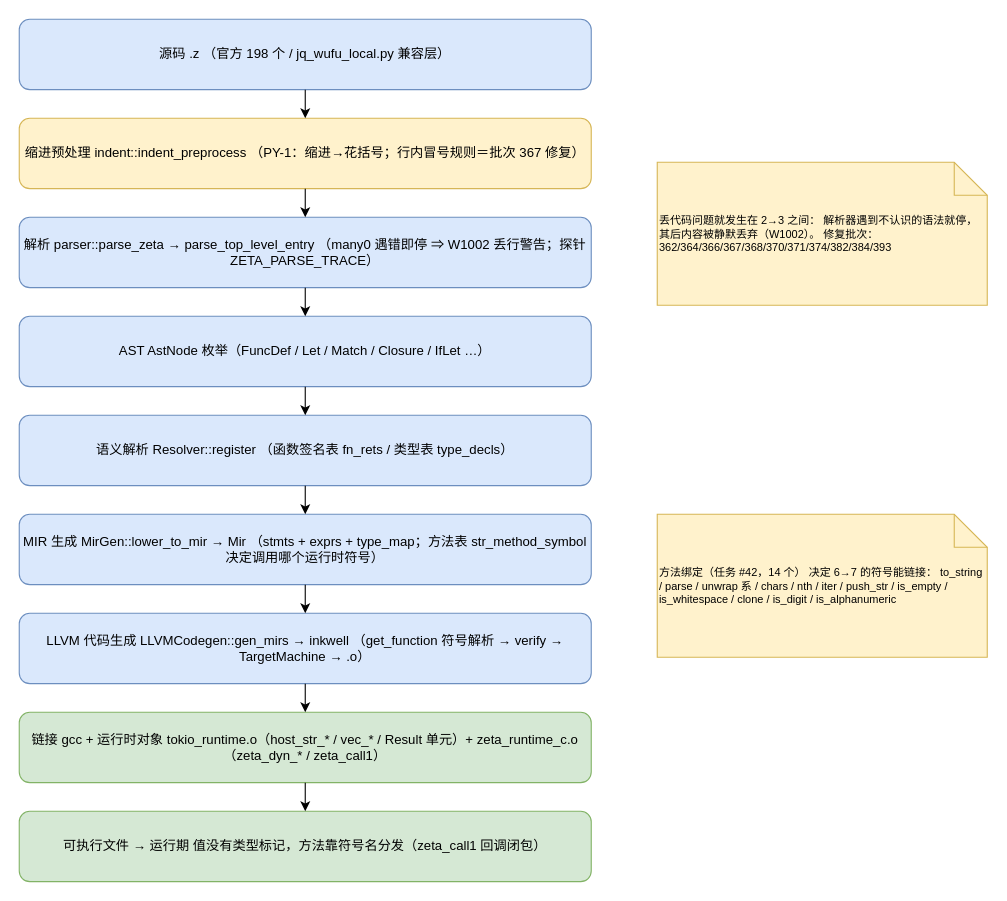
Earlier version of the draw.io diagram docs/diagrams/zeta-pipeline-flow.drawio (AgenticTimes/zeta). Source tidied: cells renumbered, new cells numbered last; positions are measured from the earlier drawing's top-left corner, leaving out a move shared by most shapes. Both pictures are drawn from the tidied source at 110%, with x=0, y=0 at pixel (19, 19).
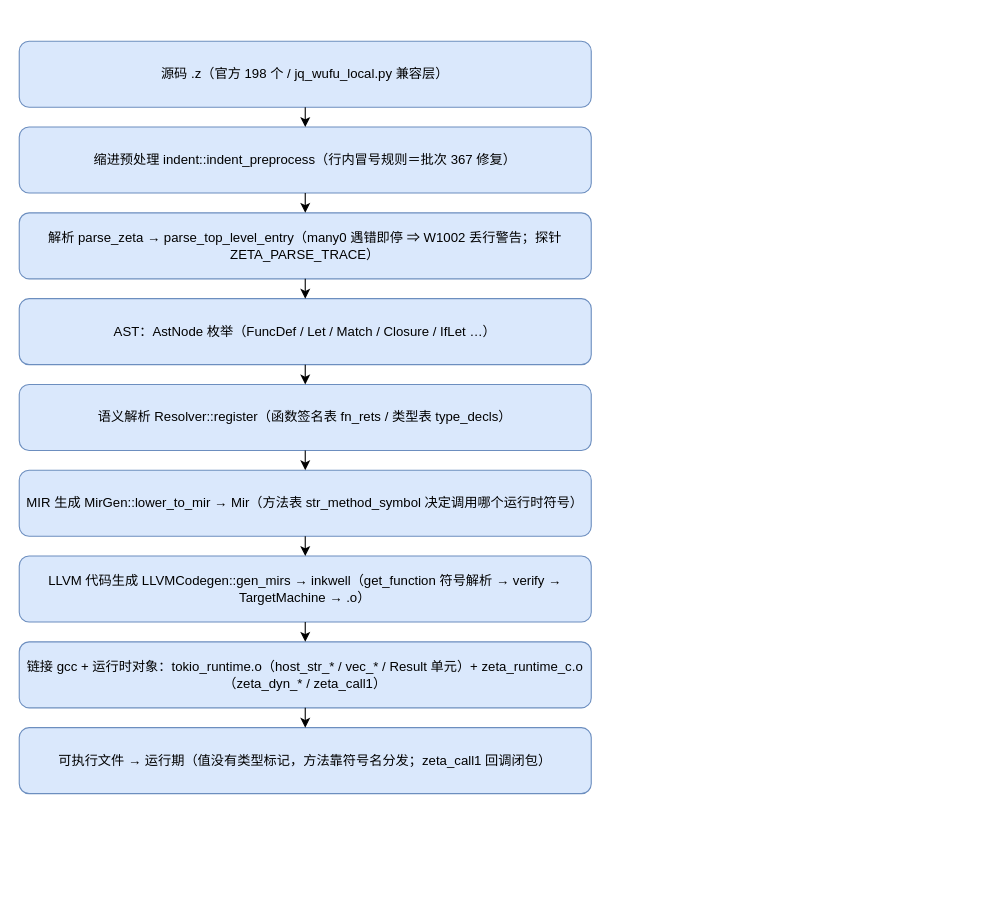
Above is the later version.

What changed in the source:
```diff
@@
-    <mxCell id="2" value="源码 .z （官方 198 个 / jq_wufu_local.py 兼容层）" style="rounded=1;whiteSpace=wrap;html=1;fillColor=#dae8fc;strokeColor=#6c8ebf;fontSize=12;" parent="1" vertex="1">
-      <mxGeometry width="520" height="64" as="geometry" />
-    </mxCell>
-    <mxCell id="3" value="缩进预处理  indent::indent_preprocess （PY-1：缩进→花括号；行内冒号规则＝批次 367 修复）" style="rounded=1;whiteSpace=wrap;html=1;fillColor=#fff2cc;strokeColor=#d6b656;fontSize=12;" parent="1" vertex="1">
-      <mxGeometry y="90" width="520" height="64" as="geometry" />
-    </mxCell>
-    <mxCell id="4" value="解析  parser::parse_zeta → parse_top_level_entry （many0 遇错即停 ⇒ W1002 丢行警告；探针 ZETA_PARSE_TRACE）" style="rounded=1;whiteSpace=wrap;html=1;fillColor=#dae8fc;strokeColor=#6c8ebf;fontSize=12;" parent="1" vertex="1">
-      <mxGeometry y="180" width="520" height="64" as="geometry" />
-    </mxCell>
-    <mxCell id="5" value="AST  AstNode 枚举（FuncDef / Let / Match / Closure / IfLet …）" style="rounded=1;whiteSpace=wrap;html=1;fillColor=#dae8fc;strokeColor=#6c8ebf;fontSize=12;" parent="1" vertex="1">
-      <mxGeometry y="270" width="520" height="64" as="geometry" />
-    </mxCell>
-    <mxCell id="6" value="语义解析  Resolver::register （函数签名表 fn_rets / 类型表 type_decls）" style="rounded=1;whiteSpace=wrap;html=1;fillColor=#dae8fc;strokeColor=#6c8ebf;fontSize=12;" parent="1" vertex="1">
-      <mxGeometry y="360" width="520" height="64" as="geometry" />
-    </mxCell>
-    <mxCell id="7" value="MIR 生成  MirGen::lower_to_mir → Mir （stmts + exprs + type_map；方法表 str_method_symbol 决定调用哪个运行时符号）" style="rounded=1;whiteSpace=wrap;html=1;fillColor=#dae8fc;strokeColor=#6c8ebf;fontSize=12;" parent="1" vertex="1">
-      <mxGeometry y="450" width="520" height="64" as="geometry" />
-    </mxCell>
-    <mxCell id="8" value="LLVM 代码生成  LLVMCodegen::gen_mirs → inkwell （get_function 符号解析 → verify → TargetMachine → .o）" style="rounded=1;whiteSpace=wrap;html=1;fillColor=#dae8fc;strokeColor=#6c8ebf;fontSize=12;" parent="1" vertex="1">
-      <mxGeometry y="540" width="520" height="64" as="geometry" />
-    </mxCell>
-    <mxCell id="9" value="链接  gcc + 运行时对象 tokio_runtime.o（host_str_* / vec_* / Result 单元）+ zeta_runtime_c.o（zeta_dyn_* / zeta_call1）" style="rounded=1;whiteSpace=wrap;html=1;fillColor=#d5e8d4;strokeColor=#82b366;fontSize=12;" parent="1" vertex="1">
-      <mxGeometry y="630" width="520" height="64" as="geometry" />
-    </mxCell>
-    <mxCell id="10" value="可执行文件 → 运行期 值没有类型标记，方法靠符号名分发（zeta_call1 回调闭包）" style="rounded=1;whiteSpace=wrap;html=1;fillColor=#d5e8d4;strokeColor=#82b366;fontSize=12;" parent="1" vertex="1">
-      <mxGeometry y="720" width="520" height="64" as="geometry" />
-    </mxCell>
-    <mxCell id="11" style="edgeStyle=orthogonalEdgeStyle;rounded=1;html=1;" parent="1" edge="1" source="2" target="3">
-      <mxGeometry relative="1" as="geometry" />
-    </mxCell>
-    <mxCell id="12" style="edgeStyle=orthogonalEdgeStyle;rounded=1;html=1;" parent="1" edge="1" source="3" target="4">
-      <mxGeometry relative="1" as="geometry" />
-    </mxCell>
-    <mxCell id="13" style="edgeStyle=orthogonalEdgeStyle;rounded=1;html=1;" parent="1" edge="1" source="4" target="5">
-      <mxGeometry relative="1" as="geometry" />
-    </mxCell>
-    <mxCell id="14" style="edgeStyle=orthogonalEdgeStyle;rounded=1;html=1;" parent="1" edge="1" source="5" target="6">
-      <mxGeometry relative="1" as="geometry" />
-    </mxCell>
-    <mxCell id="15" style="edgeStyle=orthogonalEdgeStyle;rounded=1;html=1;" parent="1" edge="1" source="6" target="7">
-      <mxGeometry relative="1" as="geometry" />
-    </mxCell>
-    <mxCell id="16" style="edgeStyle=orthogonalEdgeStyle;rounded=1;html=1;" parent="1" edge="1" source="7" target="8">
-      <mxGeometry relative="1" as="geometry" />
-    </mxCell>
-    <mxCell id="17" style="edgeStyle=orthogonalEdgeStyle;rounded=1;html=1;" parent="1" edge="1" source="8" target="9">
-      <mxGeometry relative="1" as="geometry" />
-    </mxCell>
-    <mxCell id="18" style="edgeStyle=orthogonalEdgeStyle;rounded=1;html=1;" parent="1" edge="1" source="9" target="10">
-      <mxGeometry relative="1" as="geometry" />
-    </mxCell>
-    <mxCell id="19" value="丢代码问题就发生在 2→3 之间： 解析器遇到不认识的语法就停， 其后内容被静默丢弃（W1002）。 修复批次：362/364/366/367/368/370/371/374/382/384/393" style="shape=note;whiteSpace=wrap;html=1;fillColor=#fff2cc;strokeColor=#d6b656;fontSize=10;align=left;" parent="1" vertex="1">
-      <mxGeometry x="580" y="130" width="300" height="130" as="geometry" />
-    </mxCell>
-    <mxCell id="20" value="方法绑定（任务 #42，14 个） 决定 6→7 的符号能链接： to_string / parse / unwrap 系 / chars / nth / iter / push_str / is_empty / is_whitespace / clone / is_digit / is_alphanumeric" style="shape=note;whiteSpace=wrap;html=1;fillColor=#fff2cc;strokeColor=#d6b656;fontSize=10;align=left;" parent="1" vertex="1">
-      <mxGeometry x="580" y="450" width="300" height="130" as="geometry" />
-    </mxCell>
+    <mxCell id="21" value="源码 .z（官方 198 个 / jq_wufu_local.py 兼容层）" style="rounded=1;whiteSpace=wrap;html=1;fillColor=#dae8fc;strokeColor=#6c8ebf;fontSize=12;" parent="1" vertex="1">
+      <mxGeometry y="20" width="520" height="60" as="geometry" />
+    </mxCell>
+    <mxCell id="22" value="缩进预处理 indent::indent_preprocess（行内冒号规则＝批次 367 修复）" style="rounded=1;whiteSpace=wrap;html=1;fillColor=#dae8fc;strokeColor=#6c8ebf;fontSize=12;" parent="1" vertex="1">
+      <mxGeometry y="98" width="520" height="60" as="geometry" />
+    </mxCell>
+    <mxCell id="23" value="解析 parse_zeta → parse_top_level_entry（many0 遇错即停 ⇒ W1002 丢行警告；探针 ZETA_PARSE_TRACE）" style="rounded=1;whiteSpace=wrap;html=1;fillColor=#dae8fc;strokeColor=#6c8ebf;fontSize=12;" parent="1" vertex="1">
+      <mxGeometry y="176" width="520" height="60" as="geometry" />
+    </mxCell>
+    <mxCell id="24" value="AST：AstNode 枚举（FuncDef / Let / Match / Closure / IfLet …）" style="rounded=1;whiteSpace=wrap;html=1;fillColor=#dae8fc;strokeColor=#6c8ebf;fontSize=12;" parent="1" vertex="1">
+      <mxGeometry y="254" width="520" height="60" as="geometry" />
+    </mxCell>
+    <mxCell id="25" value="语义解析 Resolver::register（函数签名表 fn_rets / 类型表 type_decls）" style="rounded=1;whiteSpace=wrap;html=1;fillColor=#dae8fc;strokeColor=#6c8ebf;fontSize=12;" parent="1" vertex="1">
+      <mxGeometry y="332" width="520" height="60" as="geometry" />
+    </mxCell>
+    <mxCell id="26" value="MIR 生成 MirGen::lower_to_mir → Mir（方法表 str_method_symbol 决定调用哪个运行时符号）" style="rounded=1;whiteSpace=wrap;html=1;fillColor=#dae8fc;strokeColor=#6c8ebf;fontSize=12;" parent="1" vertex="1">
+      <mxGeometry y="410" width="520" height="60" as="geometry" />
+    </mxCell>
+    <mxCell id="27" value="LLVM 代码生成 LLVMCodegen::gen_mirs → inkwell（get_function 符号解析 → verify → TargetMachine → .o）" style="rounded=1;whiteSpace=wrap;html=1;fillColor=#dae8fc;strokeColor=#6c8ebf;fontSize=12;" parent="1" vertex="1">
+      <mxGeometry y="488" width="520" height="60" as="geometry" />
+    </mxCell>
+    <mxCell id="28" value="链接 gcc + 运行时对象：tokio_runtime.o（host_str_* / vec_* / Result 单元）+ zeta_runtime_c.o（zeta_dyn_* / zeta_call1）" style="rounded=1;whiteSpace=wrap;html=1;fillColor=#dae8fc;strokeColor=#6c8ebf;fontSize=12;" parent="1" vertex="1">
+      <mxGeometry y="566" width="520" height="60" as="geometry" />
+    </mxCell>
+    <mxCell id="29" value="可执行文件 → 运行期（值没有类型标记，方法靠符号名分发；zeta_call1 回调闭包）" style="rounded=1;whiteSpace=wrap;html=1;fillColor=#dae8fc;strokeColor=#6c8ebf;fontSize=12;" parent="1" vertex="1">
+      <mxGeometry y="644" width="520" height="60" as="geometry" />
+    </mxCell>
+    <mxCell id="30" style="edgeStyle=orthogonalEdgeStyle;rounded=1;html=1;" parent="1" edge="1" source="21" target="22">
+      <mxGeometry relative="1" as="geometry" />
+    </mxCell>
+    <mxCell id="31" style="edgeStyle=orthogonalEdgeStyle;rounded=1;html=1;" parent="1" edge="1" source="22" target="23">
+      <mxGeometry relative="1" as="geometry" />
+    </mxCell>
+    <mxCell id="32" style="edgeStyle=orthogonalEdgeStyle;rounded=1;html=1;" parent="1" edge="1" source="23" target="24">
+      <mxGeometry relative="1" as="geometry" />
+    </mxCell>
+    <mxCell id="33" style="edgeStyle=orthogonalEdgeStyle;rounded=1;html=1;" parent="1" edge="1" source="24" target="25">
+      <mxGeometry relative="1" as="geometry" />
+    </mxCell>
+    <mxCell id="34" style="edgeStyle=orthogonalEdgeStyle;rounded=1;html=1;" parent="1" edge="1" source="25" target="26">
+      <mxGeometry relative="1" as="geometry" />
+    </mxCell>
+    <mxCell id="35" style="edgeStyle=orthogonalEdgeStyle;rounded=1;html=1;" parent="1" edge="1" source="26" target="27">
+      <mxGeometry relative="1" as="geometry" />
+    </mxCell>
+    <mxCell id="36" style="edgeStyle=orthogonalEdgeStyle;rounded=1;html=1;" parent="1" edge="1" source="27" target="28">
+      <mxGeometry relative="1" as="geometry" />
+    </mxCell>
+    <mxCell id="37" style="edgeStyle=orthogonalEdgeStyle;rounded=1;html=1;" parent="1" edge="1" source="28" target="29">
+      <mxGeometry relative="1" as="geometry" />
+    </mxCell>
```
